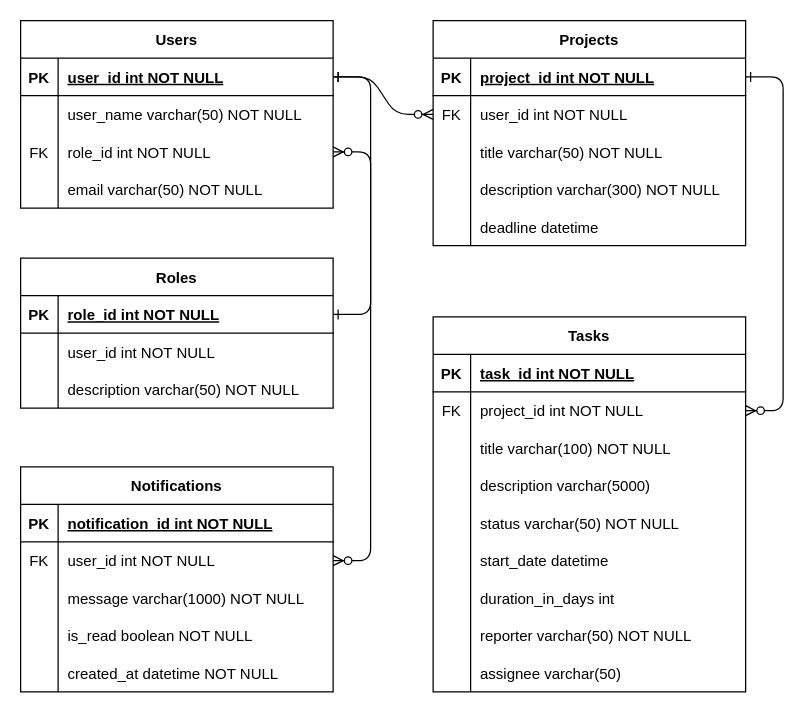
The draw.io diagram docs/Specnogram entity relationship diagram.drawio in Nkosie199/Specnogram, before the edit. Source tidied: cells renumbered, new cells numbered last; positions are measured from the earlier drawing's top-left corner, leaving out a move shared by most shapes. Both pictures are drawn from the tidied source at 125%, with x=0, y=0 at pixel (-18, 20).
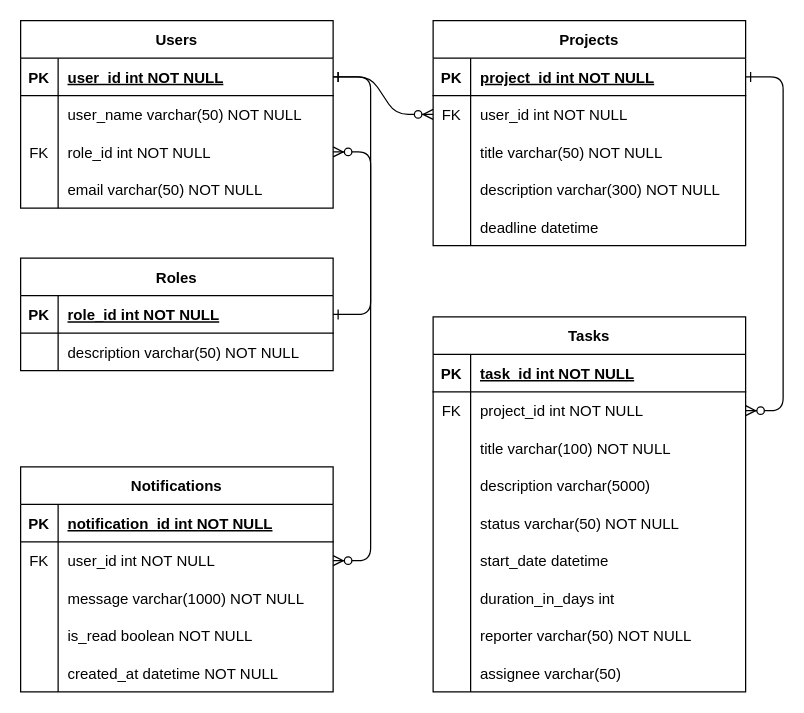
The same page after the edit.

What changed in the source:
```diff
@@
     <mxCell id="61" value="Roles" style="shape=table;startSize=30;childLayout=tableLayout;rowLines=0;fontStyle=1;align=center;" parent="1" vertex="1">
-      <mxGeometry x="30" y="190" width="250" height="120" as="geometry" />
+      <mxGeometry x="30" y="190" width="250" height="90" as="geometry" />
     </mxCell>
@@
-    <mxCell id="65" style="shape=partialRectangle;fillColor=none;top=0;left=0;right=0;bottom=0;" parent="61" vertex="1">
-      <mxGeometry y="60" width="250" height="30" as="geometry" />
-    </mxCell>
-    <mxCell id="66" style="shape=partialRectangle;overflow=hidden;fillColor=none;top=0;left=0;bottom=0;right=0;" parent="65" vertex="1">
-      <mxGeometry width="30" height="30" as="geometry" />
-    </mxCell>
-    <mxCell id="67" value="user_id int NOT NULL" style="shape=partialRectangle;overflow=hidden;fillColor=none;top=0;left=0;bottom=0;right=0;align=left;spacingLeft=6;" parent="65" vertex="1">
-      <mxGeometry x="30" width="220" height="30" as="geometry" />
-    </mxCell>
     <mxCell id="68" style="shape=partialRectangle;fillColor=none;top=0;left=0;right=0;bottom=0;" parent="61" vertex="1">
-      <mxGeometry y="90" width="250" height="30" as="geometry" />
+      <mxGeometry y="60" width="250" height="30" as="geometry" />
     </mxCell>
```
